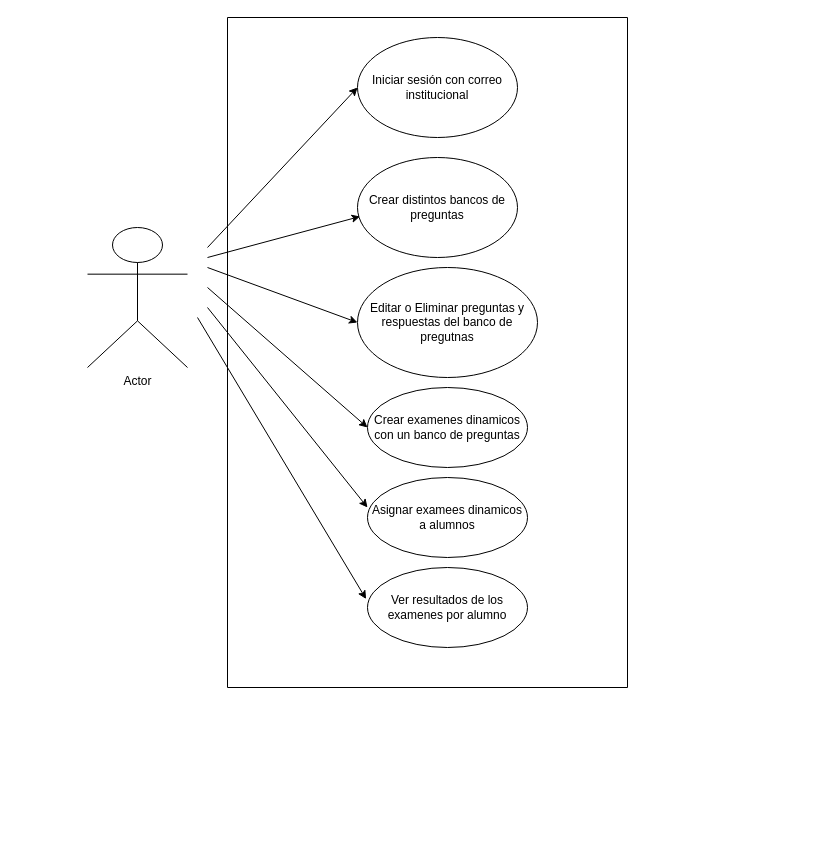
Before: page "Página-1" (1 of 2) of evaluaciones_dinamicas.drawio in AlejandroZBarajas/evaluaciones_dinamicas_back, a draw.io diagram. Source tidied: cells renumbered, new cells numbered last; positions are measured from the earlier drawing's top-left corner, leaving out a move shared by most shapes. Both pictures are drawn from the tidied source at 100%, with x=0, y=0 at pixel (87, 17).
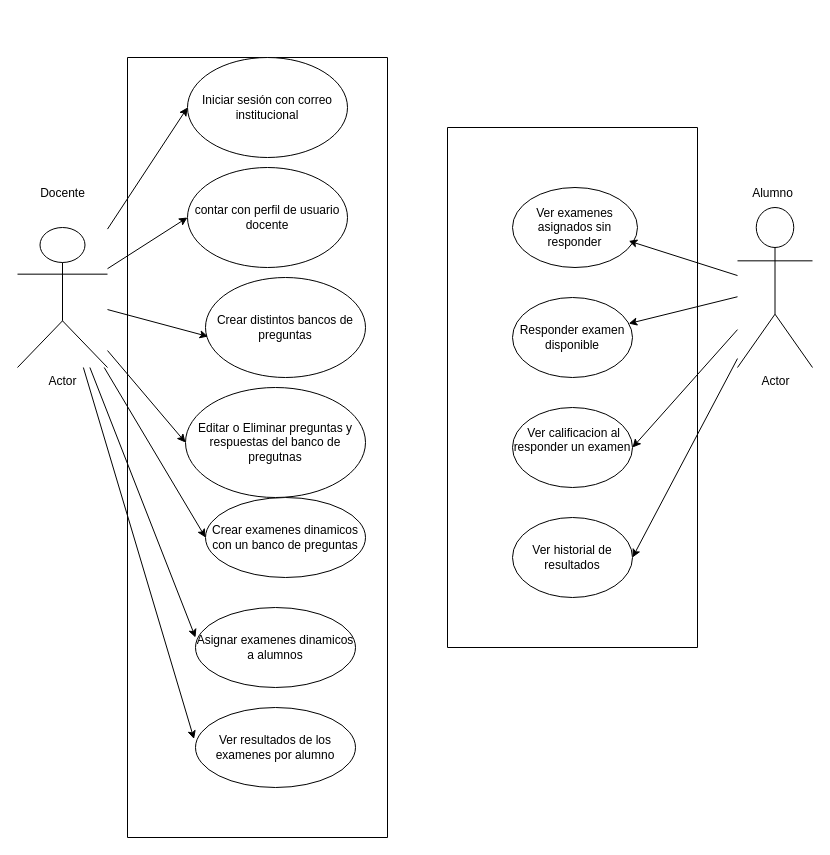
After the change.

Diff of the diagram source:
```diff
@@
     <mxCell id="2" style="swimlane;startSize=0;" parent="1" vertex="1">
-      <mxGeometry x="140" width="400" height="670" as="geometry" />
+      <mxGeometry x="40" y="40" width="260" height="780" as="geometry" />
     </mxCell>
     <mxCell id="3" value="Crear distintos bancos de preguntas" style="ellipse;whiteSpace=wrap;html=1;" parent="2" vertex="1">
-      <mxGeometry x="130" y="140" width="160" height="100" as="geometry" />
+      <mxGeometry x="78" y="220" width="160" height="100" as="geometry" />
     </mxCell>
     <mxCell id="4" value="Crear examenes dinamicos con un banco de preguntas" style="ellipse;whiteSpace=wrap;html=1;" parent="2" vertex="1">
-      <mxGeometry x="140" y="370" width="160" height="80" as="geometry" />
+      <mxGeometry x="78" y="440" width="160" height="80" as="geometry" />
     </mxCell>
-    <mxCell id="5" value="Asignar examees dinamicos a alumnos " style="ellipse;whiteSpace=wrap;html=1;" parent="2" vertex="1">
-      <mxGeometry x="140" y="460" width="160" height="80" as="geometry" />
+    <mxCell id="5" value="Asignar examenes dinamicos a alumnos " style="ellipse;whiteSpace=wrap;html=1;" parent="2" vertex="1">
+      <mxGeometry x="68" y="550" width="160" height="80" as="geometry" />
     </mxCell>
     <mxCell id="6" value="Ver resultados de los examenes por alumno" style="ellipse;whiteSpace=wrap;html=1;" parent="2" vertex="1">
-      <mxGeometry x="140" y="550" width="160" height="80" as="geometry" />
+      <mxGeometry x="68" y="650" width="160" height="80" as="geometry" />
     </mxCell>
     <mxCell id="7" value="Editar o Eliminar preguntas y respuestas del banco de pregutnas" style="ellipse;whiteSpace=wrap;html=1;" parent="2" vertex="1">
-      <mxGeometry x="130" y="250" width="180" height="110" as="geometry" />
+      <mxGeometry x="58" y="330" width="180" height="110" as="geometry" />
     </mxCell>
-    <mxCell id="8" value="Iniciar sesión con correo institucional" style="ellipse;whiteSpace=wrap;html=1;" parent="2" vertex="1">
-      <mxGeometry x="130" y="20" width="160" height="100" as="geometry" />
+    <mxCell id="8" value="contar con perfil de usuario docente" style="ellipse;whiteSpace=wrap;html=1;" parent="2" vertex="1">
+      <mxGeometry x="60" y="110" width="160" height="100" as="geometry" />
     </mxCell>
+    <mxCell id="16" value="Iniciar sesión con correo institucional" style="ellipse;whiteSpace=wrap;html=1;" parent="2" vertex="1">
+      <mxGeometry x="60" width="160" height="100" as="geometry" />
+    </mxCell>
     <mxCell id="9" value="Actor" style="shape=umlActor;verticalLabelPosition=bottom;verticalAlign=top;html=1;outlineConnect=0;" parent="1" vertex="1">
-      <mxGeometry y="210" width="100" height="140" as="geometry" />
+      <mxGeometry x="-70" y="210" width="90" height="140" as="geometry" />
     </mxCell>
-    <mxCell id="10" style="endArrow=classic;html=1;rounded=0;entryX=0.016;entryY=0.59;entryDx=0;entryDy=0;entryPerimeter=0;" parent="1" edge="1" target="3">
-      <mxGeometry relative="1" as="geometry">
-        <mxPoint x="120" y="240" as="sourcePoint" />
-      </mxGeometry>
+    <mxCell id="10" style="endArrow=classic;html=1;rounded=0;entryX=0.016;entryY=0.59;entryDx=0;entryDy=0;entryPerimeter=0;" parent="1" edge="1" source="9" target="3">
+      <mxGeometry relative="1" as="geometry" />
     </mxCell>
-    <mxCell id="11" style="endArrow=classic;html=1;rounded=0;entryX=0;entryY=0.5;entryDx=0;entryDy=0;" parent="1" edge="1" target="7">
-      <mxGeometry relative="1" as="geometry">
-        <mxPoint x="120" y="250" as="sourcePoint" />
-      </mxGeometry>
+    <mxCell id="11" style="endArrow=classic;html=1;rounded=0;entryX=0;entryY=0.5;entryDx=0;entryDy=0;" parent="1" edge="1" source="9" target="7">
+      <mxGeometry relative="1" as="geometry" />
     </mxCell>
-    <mxCell id="12" style="endArrow=classic;html=1;rounded=0;entryX=0;entryY=0.5;entryDx=0;entryDy=0;" parent="1" edge="1" target="4">
-      <mxGeometry relative="1" as="geometry">
-        <mxPoint x="120" y="270" as="sourcePoint" />
-      </mxGeometry>
+    <mxCell id="12" style="endArrow=classic;html=1;rounded=0;entryX=0;entryY=0.5;entryDx=0;entryDy=0;" parent="1" edge="1" source="9" target="4">
+      <mxGeometry relative="1" as="geometry" />
     </mxCell>
-    <mxCell id="13" style="endArrow=classic;html=1;rounded=0;entryX=0;entryY=0.375;entryDx=0;entryDy=0;entryPerimeter=0;" parent="1" edge="1" target="5">
-      <mxGeometry relative="1" as="geometry">
-        <mxPoint x="120" y="290" as="sourcePoint" />
-      </mxGeometry>
+    <mxCell id="13" style="endArrow=classic;html=1;rounded=0;entryX=0;entryY=0.375;entryDx=0;entryDy=0;entryPerimeter=0;" parent="1" edge="1" source="9" target="5">
+      <mxGeometry relative="1" as="geometry" />
     </mxCell>
-    <mxCell id="14" style="endArrow=classic;html=1;rounded=0;entryX=-0.009;entryY=0.394;entryDx=0;entryDy=0;entryPerimeter=0;" parent="1" edge="1" target="6">
-      <mxGeometry relative="1" as="geometry">
-        <mxPoint x="110" y="300" as="sourcePoint" />
-      </mxGeometry>
+    <mxCell id="14" style="endArrow=classic;html=1;rounded=0;entryX=-0.009;entryY=0.394;entryDx=0;entryDy=0;entryPerimeter=0;" parent="1" edge="1" source="9" target="6">
+      <mxGeometry relative="1" as="geometry" />
     </mxCell>
-    <mxCell id="15" style="endArrow=classic;html=1;rounded=0;entryX=0;entryY=0.5;entryDx=0;entryDy=0;" parent="1" edge="1" target="8">
-      <mxGeometry relative="1" as="geometry">
-        <mxPoint x="120" y="230" as="sourcePoint" />
-      </mxGeometry>
+    <mxCell id="15" style="endArrow=classic;html=1;rounded=0;entryX=0;entryY=0.5;entryDx=0;entryDy=0;" parent="1" edge="1" source="9" target="8">
+      <mxGeometry relative="1" as="geometry" />
     </mxCell>
+    <mxCell id="17" style="endArrow=classic;html=1;rounded=0;entryX=0;entryY=0.5;entryDx=0;entryDy=0;" parent="1" edge="1" source="9" target="16">
+      <mxGeometry relative="1" as="geometry" />
+    </mxCell>
+    <mxCell id="18" value="&lt;div&gt;Docente&lt;/div&gt;&lt;div&gt;&lt;br&gt;&lt;/div&gt;" style="text;html=1;align=center;verticalAlign=middle;strokeColor=none;fillColor=none;" parent="1" vertex="1">
+      <mxGeometry x="-60" y="163" width="70" height="40" as="geometry" />
+    </mxCell>
+    <mxCell id="19" value="&lt;div&gt;Alumno&lt;/div&gt;&lt;div&gt;&lt;br&gt;&lt;/div&gt;" style="text;html=1;align=center;verticalAlign=middle;strokeColor=none;fillColor=none;" parent="1" vertex="1">
+      <mxGeometry x="655" y="163" width="60" height="40" as="geometry" />
+    </mxCell>
+    <mxCell id="20" value="Actor" style="shape=umlActor;verticalLabelPosition=bottom;verticalAlign=top;html=1;outlineConnect=0;" parent="1" vertex="1">
+      <mxGeometry x="650" y="190" width="75" height="160" as="geometry" />
+    </mxCell>
+    <mxCell id="21" style="swimlane;startSize=0;" parent="1" vertex="1">
+      <mxGeometry x="360" y="110" width="250" height="520" as="geometry" />
+    </mxCell>
+    <mxCell id="22" value="Ver examenes asignados sin responder" style="ellipse;whiteSpace=wrap;html=1;" parent="21" vertex="1">
+      <mxGeometry x="65" y="60" width="125" height="80" as="geometry" />
+    </mxCell>
+    <mxCell id="23" value="&lt;div&gt;Responder examen disponible&lt;/div&gt;" style="ellipse;whiteSpace=wrap;html=1;" parent="21" vertex="1">
+      <mxGeometry x="65" y="170" width="120" height="80" as="geometry" />
+    </mxCell>
+    <mxCell id="24" value="Ver historial de resultados " style="ellipse;whiteSpace=wrap;html=1;" parent="21" vertex="1">
+      <mxGeometry x="65" y="390" width="120" height="80" as="geometry" />
+    </mxCell>
+    <mxCell id="25" value="&#10;&lt;div&gt;&lt;/div&gt;&amp;nbsp;Ver calificacion al responder un examen&#10;&#10;" style="ellipse;whiteSpace=wrap;html=1;" parent="21" vertex="1">
+      <mxGeometry x="65" y="280" width="120" height="80" as="geometry" />
+    </mxCell>
+    <mxCell id="26" style="endArrow=classic;html=1;rounded=0;entryX=0.93;entryY=0.668;entryDx=0;entryDy=0;entryPerimeter=0;" parent="1" edge="1" source="20" target="22">
+      <mxGeometry relative="1" as="geometry" />
+    </mxCell>
+    <mxCell id="27" style="endArrow=classic;html=1;rounded=0;" parent="1" edge="1" source="20" target="23">
+      <mxGeometry relative="1" as="geometry" />
+    </mxCell>
+    <mxCell id="28" style="endArrow=classic;html=1;rounded=0;entryX=1;entryY=0.5;entryDx=0;entryDy=0;" parent="1" edge="1" source="20" target="24">
+      <mxGeometry relative="1" as="geometry" />
+    </mxCell>
+    <mxCell id="29" style="endArrow=classic;html=1;rounded=0;entryX=1;entryY=0.5;entryDx=0;entryDy=0;" parent="1" edge="1" source="20" target="25">
+      <mxGeometry relative="1" as="geometry" />
+    </mxCell>
```
